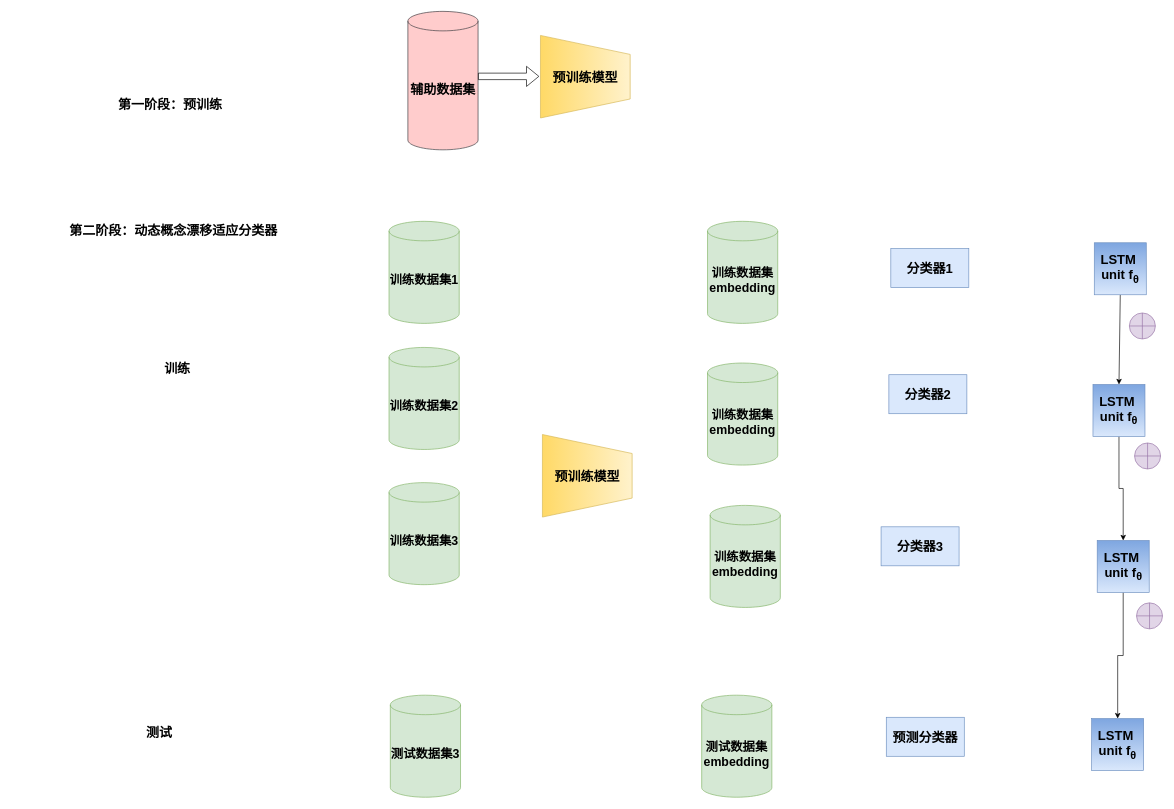
This is 总体框架图.drawio from lilang0710/ll, a draw.io file, before an edit. Source tidied: cells renumbered, new cells numbered last; positions are measured from the earlier drawing's top-left corner, leaving out a move shared by most shapes. Both pictures are drawn from the tidied source at 65%, with x=0, y=0 at pixel (63, 11).
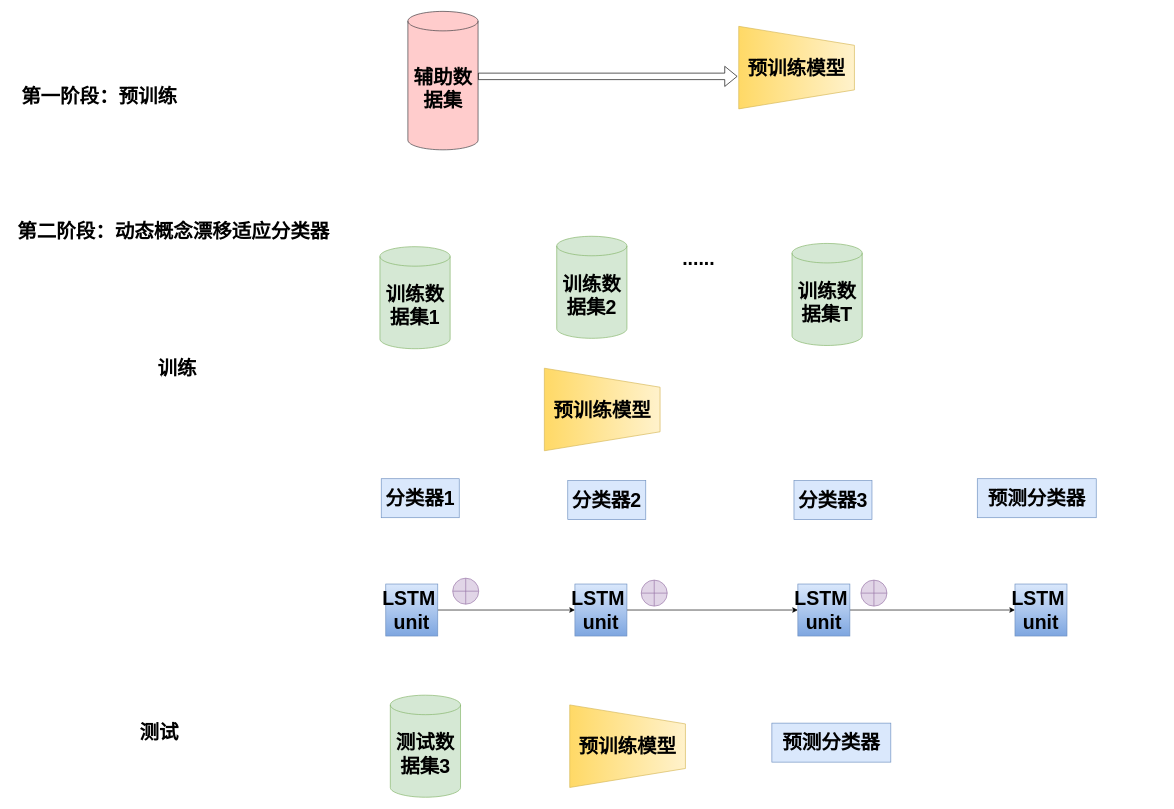
The same diagram, later.

Commit message (it also covers changes not shown here):
更新总体框架图.drawio

Diff of the diagram source:
```diff
@@
-    <mxCell id="2" value="&lt;font style=&quot;font-size: 22px;&quot;&gt;&lt;b style=&quot;font-size: 20px;&quot;&gt;&lt;font style=&quot;font-size: 20px;&quot;&gt;第一阶段：预训练&lt;br&gt;&lt;/font&gt;&lt;/b&gt;&lt;/font&gt;" style="text;html=1;align=center;verticalAlign=middle;strokeColor=none;fillColor=none;" parent="1" vertex="1">
-      <mxGeometry x="75" y="125" width="178" height="38" as="geometry" />
+    <mxCell id="2" value="&lt;font style=&quot;font-size: 22px;&quot;&gt;&lt;span style=&quot;font-size: 20px;&quot;&gt;&lt;font style=&quot;font-size: 30px;&quot;&gt;&lt;b&gt;第一阶段：预训练&lt;br&gt;&lt;/b&gt;&lt;/font&gt;&lt;/span&gt;&lt;/font&gt;" style="text;html=1;align=center;verticalAlign=middle;strokeColor=none;fillColor=none;" parent="1" vertex="1">
+      <mxGeometry x="-74" y="106" width="258" height="48" as="geometry" />
     </mxCell>
-    <mxCell id="3" value="&lt;font style=&quot;font-size: 22px;&quot;&gt;&lt;b style=&quot;font-size: 20px;&quot;&gt;&lt;font style=&quot;font-size: 20px;&quot;&gt;第二阶段：动态概念漂移适应分类器&lt;br&gt;&lt;/font&gt;&lt;/b&gt;&lt;/font&gt;" style="text;html=1;align=center;verticalAlign=middle;strokeColor=none;fillColor=none;" parent="1" vertex="1">
-      <mxGeometry y="319" width="338" height="38" as="geometry" />
+    <mxCell id="3" value="&lt;font style=&quot;font-size: 23px;&quot;&gt;&lt;b style=&quot;font-size: 30px;&quot;&gt;&lt;font style=&quot;font-size: 30px;&quot;&gt;第二阶段：动态概念漂移适应分类器&lt;br&gt;&lt;/font&gt;&lt;/b&gt;&lt;/font&gt;" style="text;html=1;align=center;verticalAlign=middle;strokeColor=none;fillColor=none;" parent="1" vertex="1">
+      <mxGeometry x="-80" y="314" width="498" height="48" as="geometry" />
     </mxCell>
-    <mxCell id="4" value="&lt;font size=&quot;1&quot;&gt;&lt;b style=&quot;font-size: 20px;&quot;&gt;辅助数据集&lt;/b&gt;&lt;/font&gt;" style="shape=cylinder3;whiteSpace=wrap;html=1;boundedLbl=1;backgroundOutline=1;size=15;fillColor=#ffcccc;strokeColor=#36393d;" parent="1" vertex="1">
+    <mxCell id="4" value="&lt;font size=&quot;1&quot;&gt;&lt;b style=&quot;font-size: 30px;&quot;&gt;辅助数据集&lt;/b&gt;&lt;/font&gt;" style="shape=cylinder3;whiteSpace=wrap;html=1;boundedLbl=1;backgroundOutline=1;size=15;fillColor=#ffcccc;strokeColor=#36393d;" parent="1" vertex="1">
       <mxGeometry x="530" width="108" height="213" as="geometry" />
     </mxCell>
-    <mxCell id="5" value="&lt;font style=&quot;font-size: 20px;&quot;&gt;&lt;b&gt;预训练模型&lt;/b&gt;&lt;/font&gt;" style="verticalLabelPosition=middle;verticalAlign=middle;html=1;shape=trapezoid;perimeter=trapezoidPerimeter;whiteSpace=wrap;size=0.23;arcSize=10;flipV=1;labelPosition=center;align=center;direction=south;fillColor=#fff2cc;gradientColor=#ffd966;strokeColor=#d6b656;" parent="1" vertex="1">
-      <mxGeometry x="734" y="37" width="138" height="127" as="geometry" />
+    <mxCell id="5" value="&lt;font size=&quot;1&quot;&gt;&lt;b style=&quot;font-size: 30px;&quot;&gt;预训练模型&lt;/b&gt;&lt;/font&gt;" style="verticalLabelPosition=middle;verticalAlign=middle;html=1;shape=trapezoid;perimeter=trapezoidPerimeter;whiteSpace=wrap;size=0.23;arcSize=10;flipV=1;labelPosition=center;align=center;direction=south;fillColor=#fff2cc;gradientColor=#ffd966;strokeColor=#d6b656;" parent="1" vertex="1">
+      <mxGeometry x="1039" y="23" width="178" height="127" as="geometry" />
     </mxCell>
     <mxCell id="6" style="shape=flexArrow;endArrow=classic;html=1;rounded=0;" parent="1" edge="1">
       <mxGeometry relative="1" as="geometry">
         <mxPoint x="638" y="100" as="sourcePoint" />
-        <mxPoint x="732" y="100" as="targetPoint" />
+        <mxPoint x="1037" y="100" as="targetPoint" />
       </mxGeometry>
     </mxCell>
-    <mxCell id="7" value="&lt;font size=&quot;1&quot;&gt;&lt;b style=&quot;font-size: 19px;&quot;&gt;训练数据集1&lt;/b&gt;&lt;/font&gt;" style="shape=cylinder3;whiteSpace=wrap;html=1;boundedLbl=1;backgroundOutline=1;size=15;fillColor=#d5e8d4;strokeColor=#82b366;" parent="1" vertex="1">
-      <mxGeometry x="501" y="323" width="108" height="157" as="geometry" />
+    <mxCell id="7" value="&lt;font size=&quot;1&quot;&gt;&lt;b style=&quot;font-size: 30px;&quot;&gt;训练数据集1&lt;/b&gt;&lt;/font&gt;" style="shape=cylinder3;whiteSpace=wrap;html=1;boundedLbl=1;backgroundOutline=1;size=15;fillColor=#d5e8d4;strokeColor=#82b366;" parent="1" vertex="1">
+      <mxGeometry x="487" y="362" width="108" height="157" as="geometry" />
     </mxCell>
-    <mxCell id="8" value="&lt;font size=&quot;1&quot;&gt;&lt;b style=&quot;font-size: 20px;&quot;&gt;训练&lt;/b&gt;&lt;/font&gt;" style="text;html=1;align=center;verticalAlign=middle;strokeColor=none;fillColor=none;" parent="1" vertex="1">
-      <mxGeometry x="146" y="531" width="58" height="36" as="geometry" />
+    <mxCell id="8" value="&lt;font size=&quot;1&quot;&gt;&lt;b style=&quot;font-size: 30px;&quot;&gt;训练&lt;/b&gt;&lt;/font&gt;" style="text;html=1;align=center;verticalAlign=middle;strokeColor=none;fillColor=none;" parent="1" vertex="1">
+      <mxGeometry x="136" y="525" width="78" height="48" as="geometry" />
     </mxCell>
-    <mxCell id="9" value="&lt;font size=&quot;1&quot;&gt;&lt;b style=&quot;font-size: 20px;&quot;&gt;测试&lt;/b&gt;&lt;/font&gt;" style="text;html=1;align=center;verticalAlign=middle;strokeColor=none;fillColor=none;" parent="1" vertex="1">
-      <mxGeometry x="118" y="1091" width="58" height="36" as="geometry" />
+    <mxCell id="9" value="&lt;font size=&quot;1&quot;&gt;&lt;b style=&quot;font-size: 30px;&quot;&gt;测试&lt;/b&gt;&lt;/font&gt;" style="text;html=1;align=center;verticalAlign=middle;strokeColor=none;fillColor=none;" parent="1" vertex="1">
+      <mxGeometry x="108" y="1085" width="78" height="48" as="geometry" />
     </mxCell>
-    <mxCell id="10" value="&lt;font size=&quot;1&quot;&gt;&lt;b style=&quot;font-size: 19px;&quot;&gt;训练数据集2&lt;/b&gt;&lt;/font&gt;" style="shape=cylinder3;whiteSpace=wrap;html=1;boundedLbl=1;backgroundOutline=1;size=15;fillColor=#d5e8d4;strokeColor=#82b366;" parent="1" vertex="1">
-      <mxGeometry x="501" y="517" width="108" height="157" as="geometry" />
+    <mxCell id="10" value="&lt;font size=&quot;1&quot;&gt;&lt;b style=&quot;font-size: 30px;&quot;&gt;训练数据集2&lt;/b&gt;&lt;/font&gt;" style="shape=cylinder3;whiteSpace=wrap;html=1;boundedLbl=1;backgroundOutline=1;size=15;fillColor=#d5e8d4;strokeColor=#82b366;" parent="1" vertex="1">
+      <mxGeometry x="759" y="346" width="108" height="157" as="geometry" />
     </mxCell>
-    <mxCell id="11" value="&lt;font size=&quot;1&quot;&gt;&lt;b style=&quot;font-size: 19px;&quot;&gt;训练数据集3&lt;/b&gt;&lt;/font&gt;" style="shape=cylinder3;whiteSpace=wrap;html=1;boundedLbl=1;backgroundOutline=1;size=15;fillColor=#d5e8d4;strokeColor=#82b366;" parent="1" vertex="1">
-      <mxGeometry x="501" y="725" width="108" height="157" as="geometry" />
+    <mxCell id="11" value="&lt;font size=&quot;1&quot;&gt;&lt;b style=&quot;font-size: 30px;&quot;&gt;训练数据集T&lt;/b&gt;&lt;/font&gt;" style="shape=cylinder3;whiteSpace=wrap;html=1;boundedLbl=1;backgroundOutline=1;size=15;fillColor=#d5e8d4;strokeColor=#82b366;" parent="1" vertex="1">
+      <mxGeometry x="1121" y="357" width="108" height="157" as="geometry" />
     </mxCell>
-    <mxCell id="12" value="&lt;font style=&quot;font-size: 20px;&quot;&gt;&lt;b&gt;预训练模型&lt;/b&gt;&lt;/font&gt;" style="verticalLabelPosition=middle;verticalAlign=middle;html=1;shape=trapezoid;perimeter=trapezoidPerimeter;whiteSpace=wrap;size=0.23;arcSize=10;flipV=1;labelPosition=center;align=center;direction=south;fillColor=#fff2cc;gradientColor=#ffd966;strokeColor=#d6b656;" parent="1" vertex="1">
-      <mxGeometry x="737" y="651" width="138" height="127" as="geometry" />
-    </mxCell>
-    <mxCell id="13" value="&lt;font size=&quot;1&quot;&gt;&lt;b style=&quot;font-size: 19px;&quot;&gt;训练数据集embedding&lt;/b&gt;&lt;/font&gt;" style="shape=cylinder3;whiteSpace=wrap;html=1;boundedLbl=1;backgroundOutline=1;size=15;fillColor=#d5e8d4;strokeColor=#82b366;" parent="1" vertex="1">
-      <mxGeometry x="991" y="323" width="108" height="157" as="geometry" />
-    </mxCell>
-    <mxCell id="14" value="&lt;font size=&quot;1&quot;&gt;&lt;b style=&quot;font-size: 19px;&quot;&gt;训练数据集embedding&lt;/b&gt;&lt;/font&gt;" style="shape=cylinder3;whiteSpace=wrap;html=1;boundedLbl=1;backgroundOutline=1;size=15;fillColor=#d5e8d4;strokeColor=#82b366;" parent="1" vertex="1">
-      <mxGeometry x="991" y="541" width="108" height="157" as="geometry" />
-    </mxCell>
-    <mxCell id="15" value="&lt;font size=&quot;1&quot;&gt;&lt;b style=&quot;font-size: 19px;&quot;&gt;训练数据集embedding&lt;/b&gt;&lt;/font&gt;" style="shape=cylinder3;whiteSpace=wrap;html=1;boundedLbl=1;backgroundOutline=1;size=15;fillColor=#d5e8d4;strokeColor=#82b366;" parent="1" vertex="1">
-      <mxGeometry x="995" y="760" width="108" height="157" as="geometry" />
-    </mxCell>
-    <mxCell id="16" value="&lt;font style=&quot;font-size: 20px;&quot;&gt;&lt;b&gt;分类器1&lt;/b&gt;&lt;/font&gt;" style="rounded=0;whiteSpace=wrap;html=1;fillColor=#dae8fc;strokeColor=#6c8ebf;" parent="1" vertex="1">
-      <mxGeometry x="1273" y="365" width="120" height="60" as="geometry" />
+    <mxCell id="16" value="&lt;font size=&quot;1&quot;&gt;&lt;b style=&quot;font-size: 30px;&quot;&gt;分类器1&lt;/b&gt;&lt;/font&gt;" style="rounded=0;whiteSpace=wrap;html=1;fillColor=#dae8fc;strokeColor=#6c8ebf;" parent="1" vertex="1">
+      <mxGeometry x="489" y="719" width="120" height="60" as="geometry" />
     </mxCell>
-    <mxCell id="17" value="&lt;font style=&quot;font-size: 20px;&quot;&gt;&lt;b&gt;分类器2&lt;/b&gt;&lt;/font&gt;" style="rounded=0;whiteSpace=wrap;html=1;fillColor=#dae8fc;strokeColor=#6c8ebf;" parent="1" vertex="1">
-      <mxGeometry x="1270" y="559" width="120" height="60" as="geometry" />
+    <mxCell id="17" value="&lt;font size=&quot;1&quot;&gt;&lt;b style=&quot;font-size: 30px;&quot;&gt;分类器2&lt;/b&gt;&lt;/font&gt;" style="rounded=0;whiteSpace=wrap;html=1;fillColor=#dae8fc;strokeColor=#6c8ebf;" parent="1" vertex="1">
+      <mxGeometry x="776" y="722" width="120" height="60" as="geometry" />
     </mxCell>
-    <mxCell id="18" value="&lt;font style=&quot;font-size: 20px;&quot;&gt;&lt;b&gt;分类器3&lt;/b&gt;&lt;/font&gt;" style="rounded=0;whiteSpace=wrap;html=1;fillColor=#dae8fc;strokeColor=#6c8ebf;" parent="1" vertex="1">
-      <mxGeometry x="1258" y="793" width="120" height="60" as="geometry" />
+    <mxCell id="18" value="&lt;font size=&quot;1&quot;&gt;&lt;b style=&quot;font-size: 30px;&quot;&gt;分类器3&lt;/b&gt;&lt;/font&gt;" style="rounded=0;whiteSpace=wrap;html=1;fillColor=#dae8fc;strokeColor=#6c8ebf;" parent="1" vertex="1">
+      <mxGeometry x="1124" y="722" width="120" height="60" as="geometry" />
     </mxCell>
-    <mxCell id="19" style="edgeStyle=orthogonalEdgeStyle;rounded=0;jettySize=auto;html=1;exitX=0.5;exitY=1;exitDx=0;exitDy=0;entryX=0.5;entryY=0;entryDx=0;entryDy=0;" parent="1" edge="1" source="20" target="24">
-      <mxGeometry relative="1" as="geometry" />
-    </mxCell>
-    <mxCell id="20" value="&lt;div style=&quot;font-size: 20px;&quot;&gt;&lt;font style=&quot;font-size: 20px;&quot;&gt;&lt;b&gt;&lt;font style=&quot;font-size: 20px;&quot;&gt;LSTM&amp;nbsp;&lt;/font&gt;&lt;/b&gt;&lt;/font&gt;&lt;/div&gt;&lt;div style=&quot;font-size: 20px;&quot;&gt;&lt;font style=&quot;font-size: 20px;&quot;&gt;&lt;b&gt;&lt;font style=&quot;font-size: 20px;&quot;&gt;unit f&lt;/font&gt;&lt;/b&gt;&lt;font style=&quot;font-size: 20px;&quot;&gt;&lt;b&gt;&lt;span class=&quot;content-right_2s-H4&quot;&gt;&lt;sub&gt;θ&lt;/sub&gt;&lt;/span&gt;&lt;/b&gt;&lt;/font&gt;&lt;/font&gt;&lt;/div&gt;" style="whiteSpace=wrap;html=1;fillColor=#dae8fc;strokeColor=#6c8ebf;gradientColor=#7ea6e0;flipV=1;direction=east;" parent="1" vertex="1">
-      <mxGeometry x="1584" y="574" width="80" height="80" as="geometry" />
-    </mxCell>
-    <mxCell id="21" style="rounded=0;jettySize=auto;html=1;endArrow=none;endFill=0;exitX=0.5;exitY=0;exitDx=0;exitDy=0;entryX=0.5;entryY=1;entryDx=0;entryDy=0;startArrow=classic;startFill=1;" parent="1" edge="1" source="20" target="22">
-      <mxGeometry relative="1" as="geometry" />
-    </mxCell>
-    <mxCell id="22" value="&lt;div style=&quot;font-size: 20px;&quot;&gt;&lt;font style=&quot;font-size: 20px;&quot;&gt;&lt;b&gt;&lt;font style=&quot;font-size: 20px;&quot;&gt;LSTM&amp;nbsp;&lt;/font&gt;&lt;/b&gt;&lt;/font&gt;&lt;/div&gt;&lt;div style=&quot;font-size: 20px;&quot;&gt;&lt;font style=&quot;font-size: 20px;&quot;&gt;&lt;b&gt;&lt;font style=&quot;font-size: 20px;&quot;&gt;unit f&lt;/font&gt;&lt;/b&gt;&lt;font style=&quot;font-size: 20px;&quot;&gt;&lt;b&gt;&lt;span class=&quot;content-right_2s-H4&quot;&gt;&lt;sub&gt;θ&lt;/sub&gt;&lt;/span&gt;&lt;/b&gt;&lt;/font&gt;&lt;/font&gt;&lt;/div&gt;" style="whiteSpace=wrap;html=1;fillColor=#dae8fc;strokeColor=#6c8ebf;gradientColor=#7ea6e0;flipV=1;direction=east;" parent="1" vertex="1">
-      <mxGeometry x="1586" y="356" width="80" height="80" as="geometry" />
-    </mxCell>
-    <mxCell id="23" style="edgeStyle=orthogonalEdgeStyle;rounded=0;jettySize=auto;html=1;exitX=0.5;exitY=1;exitDx=0;exitDy=0;entryX=0.5;entryY=0;entryDx=0;entryDy=0;" parent="1" edge="1" source="24" target="25">
-      <mxGeometry relative="1" as="geometry" />
-    </mxCell>
-    <mxCell id="24" value="&lt;div style=&quot;font-size: 20px;&quot;&gt;&lt;font style=&quot;font-size: 20px;&quot;&gt;&lt;b&gt;&lt;font style=&quot;font-size: 20px;&quot;&gt;LSTM&amp;nbsp;&lt;/font&gt;&lt;/b&gt;&lt;/font&gt;&lt;/div&gt;&lt;div style=&quot;font-size: 20px;&quot;&gt;&lt;font style=&quot;font-size: 20px;&quot;&gt;&lt;b&gt;&lt;font style=&quot;font-size: 20px;&quot;&gt;unit f&lt;/font&gt;&lt;/b&gt;&lt;font style=&quot;font-size: 20px;&quot;&gt;&lt;b&gt;&lt;span class=&quot;content-right_2s-H4&quot;&gt;&lt;sub&gt;θ&lt;/sub&gt;&lt;/span&gt;&lt;/b&gt;&lt;/font&gt;&lt;/font&gt;&lt;/div&gt;" style="whiteSpace=wrap;html=1;fillColor=#dae8fc;strokeColor=#6c8ebf;gradientColor=#7ea6e0;flipV=1;direction=east;" parent="1" vertex="1">
-      <mxGeometry x="1590.5" y="814" width="80" height="80" as="geometry" />
-    </mxCell>
-    <mxCell id="25" value="&lt;div style=&quot;font-size: 20px;&quot;&gt;&lt;font style=&quot;font-size: 20px;&quot;&gt;&lt;b&gt;&lt;font style=&quot;font-size: 20px;&quot;&gt;LSTM&amp;nbsp;&lt;/font&gt;&lt;/b&gt;&lt;/font&gt;&lt;/div&gt;&lt;div style=&quot;font-size: 20px;&quot;&gt;&lt;font style=&quot;font-size: 20px;&quot;&gt;&lt;b&gt;&lt;font style=&quot;font-size: 20px;&quot;&gt;unit f&lt;/font&gt;&lt;/b&gt;&lt;font style=&quot;font-size: 20px;&quot;&gt;&lt;b&gt;&lt;span class=&quot;content-right_2s-H4&quot;&gt;&lt;sub&gt;θ&lt;/sub&gt;&lt;/span&gt;&lt;/b&gt;&lt;/font&gt;&lt;/font&gt;&lt;/div&gt;" style="whiteSpace=wrap;html=1;fillColor=#dae8fc;strokeColor=#6c8ebf;gradientColor=#7ea6e0;flipV=1;direction=east;" parent="1" vertex="1">
-      <mxGeometry x="1582" y="1088" width="80" height="80" as="geometry" />
-    </mxCell>
-    <mxCell id="26" style="shape=orEllipse;perimeter=ellipsePerimeter;whiteSpace=wrap;html=1;backgroundOutline=1;fillColor=#e1d5e7;strokeColor=#9673a6;flipV=1;direction=east;" parent="1" vertex="1">
-      <mxGeometry x="1640" y="464" width="40" height="40" as="geometry" />
-    </mxCell>
-    <mxCell id="27" style="shape=orEllipse;perimeter=ellipsePerimeter;whiteSpace=wrap;html=1;backgroundOutline=1;fillColor=#e1d5e7;strokeColor=#9673a6;flipV=1;direction=east;" parent="1" vertex="1">
-      <mxGeometry x="1648" y="664" width="40" height="40" as="geometry" />
-    </mxCell>
-    <mxCell id="28" style="shape=orEllipse;perimeter=ellipsePerimeter;whiteSpace=wrap;html=1;backgroundOutline=1;fillColor=#e1d5e7;strokeColor=#9673a6;flipV=1;direction=east;" parent="1" vertex="1">
-      <mxGeometry x="1651" y="910" width="40" height="40" as="geometry" />
-    </mxCell>
-    <mxCell id="29" value="&lt;font size=&quot;1&quot;&gt;&lt;b style=&quot;font-size: 19px;&quot;&gt;测试数据集3&lt;/b&gt;&lt;/font&gt;" style="shape=cylinder3;whiteSpace=wrap;html=1;boundedLbl=1;backgroundOutline=1;size=15;fillColor=#d5e8d4;strokeColor=#82b366;" parent="1" vertex="1">
+    <mxCell id="29" value="&lt;font style=&quot;font-size: 30px;&quot;&gt;&lt;b&gt;测试数据集3&lt;/b&gt;&lt;/font&gt;" style="shape=cylinder3;whiteSpace=wrap;html=1;boundedLbl=1;backgroundOutline=1;size=15;fillColor=#d5e8d4;strokeColor=#82b366;" parent="1" vertex="1">
       <mxGeometry x="503" y="1052" width="108" height="157" as="geometry" />
     </mxCell>
-    <mxCell id="30" value="&lt;font size=&quot;1&quot;&gt;&lt;b style=&quot;font-size: 19px;&quot;&gt;测试数据集embedding&lt;/b&gt;&lt;/font&gt;" style="shape=cylinder3;whiteSpace=wrap;html=1;boundedLbl=1;backgroundOutline=1;size=15;fillColor=#d5e8d4;strokeColor=#82b366;" parent="1" vertex="1">
-      <mxGeometry x="982" y="1052" width="108" height="157" as="geometry" />
-    </mxCell>
-    <mxCell id="31" value="&lt;font style=&quot;font-size: 20px;&quot;&gt;&lt;b&gt;预测分类器&lt;/b&gt;&lt;/font&gt;" style="rounded=0;whiteSpace=wrap;html=1;fillColor=#dae8fc;strokeColor=#6c8ebf;" parent="1" vertex="1">
-      <mxGeometry x="1266" y="1086" width="120" height="60" as="geometry" />
-    </mxCell>
+    <mxCell id="32" value="&lt;font size=&quot;1&quot;&gt;&lt;b style=&quot;font-size: 30px;&quot;&gt;预训练模型&lt;/b&gt;&lt;/font&gt;" style="verticalLabelPosition=middle;verticalAlign=middle;html=1;shape=trapezoid;perimeter=trapezoidPerimeter;whiteSpace=wrap;size=0.23;arcSize=10;flipV=1;labelPosition=center;align=center;direction=south;fillColor=#fff2cc;gradientColor=#ffd966;strokeColor=#d6b656;" parent="1" vertex="1">
+      <mxGeometry x="740" y="549" width="178" height="127" as="geometry" />
+    </mxCell>
+    <mxCell id="33" value="&lt;font style=&quot;font-size: 30px;&quot;&gt;&lt;b&gt;...&lt;font style=&quot;font-size: 30px;&quot;&gt;...&lt;/font&gt;&lt;/b&gt;&lt;/font&gt;" style="text;html=1;align=center;verticalAlign=middle;strokeColor=none;fillColor=none;fontSize=18;" parent="1" vertex="1">
+      <mxGeometry x="943" y="355" width="68" height="48" as="geometry" />
+    </mxCell>
+    <mxCell id="34" style="edgeStyle=orthogonalEdgeStyle;rounded=0;orthogonalLoop=1;jettySize=auto;html=1;exitX=0.5;exitY=1;exitDx=0;exitDy=0;" parent="1" edge="1" source="17" target="17">
+      <mxGeometry relative="1" as="geometry" />
+    </mxCell>
+    <mxCell id="35" style="edgeStyle=orthogonalEdgeStyle;rounded=0;jettySize=auto;html=1;exitX=1;exitY=0.5;exitDx=0;exitDy=0;entryX=0;entryY=0.5;entryDx=0;entryDy=0;fontSize=18;fontStyle=1;" parent="1" edge="1" source="36" target="40">
+      <mxGeometry relative="1" as="geometry" />
+    </mxCell>
+    <mxCell id="36" value="&lt;div style=&quot;font-size: 30px;&quot;&gt;&lt;font style=&quot;font-size: 30px;&quot;&gt;&lt;b&gt;&lt;font style=&quot;font-size: 30px;&quot;&gt;LSTM&amp;nbsp;&lt;/font&gt;&lt;/b&gt;&lt;/font&gt;&lt;/div&gt;&lt;div style=&quot;font-size: 30px;&quot;&gt;&lt;font style=&quot;font-size: 30px;&quot;&gt;&lt;b&gt;&lt;font style=&quot;font-size: 30px;&quot;&gt;unit &lt;br&gt;&lt;/font&gt;&lt;/b&gt;&lt;/font&gt;&lt;/div&gt;" style="whiteSpace=wrap;html=1;fillColor=#dae8fc;strokeColor=#6c8ebf;gradientColor=#7ea6e0;" parent="1" vertex="1">
+      <mxGeometry x="787" y="881" width="80" height="80" as="geometry" />
+    </mxCell>
+    <mxCell id="37" style="rounded=0;jettySize=auto;html=1;endArrow=none;endFill=0;exitX=0;exitY=0.5;exitDx=0;exitDy=0;entryX=1;entryY=0.5;entryDx=0;entryDy=0;startArrow=classic;startFill=1;" parent="1" edge="1" source="36" target="38">
+      <mxGeometry relative="1" as="geometry" />
+    </mxCell>
+    <mxCell id="38" value="&lt;div style=&quot;font-size: 30px;&quot;&gt;&lt;font style=&quot;font-size: 30px;&quot;&gt;&lt;b&gt;&lt;font style=&quot;font-size: 30px;&quot;&gt;LSTM&amp;nbsp;&lt;/font&gt;&lt;/b&gt;&lt;/font&gt;&lt;/div&gt;&lt;div style=&quot;font-size: 30px;&quot;&gt;&lt;font style=&quot;font-size: 30px;&quot;&gt;&lt;b&gt;&lt;font style=&quot;font-size: 30px;&quot;&gt;unit &lt;br&gt;&lt;/font&gt;&lt;/b&gt;&lt;/font&gt;&lt;/div&gt;" style="whiteSpace=wrap;html=1;fillColor=#dae8fc;strokeColor=#6c8ebf;gradientColor=#7ea6e0;" parent="1" vertex="1">
+      <mxGeometry x="496" y="881" width="80" height="80" as="geometry" />
+    </mxCell>
+    <mxCell id="39" style="edgeStyle=orthogonalEdgeStyle;rounded=0;jettySize=auto;html=1;exitX=1;exitY=0.5;exitDx=0;exitDy=0;" parent="1" edge="1" source="40" target="41">
+      <mxGeometry relative="1" as="geometry" />
+    </mxCell>
+    <mxCell id="40" value="&lt;div style=&quot;font-size: 30px;&quot;&gt;&lt;font style=&quot;font-size: 30px;&quot;&gt;&lt;b&gt;&lt;font style=&quot;font-size: 30px;&quot;&gt;LSTM&amp;nbsp;&lt;/font&gt;&lt;/b&gt;&lt;/font&gt;&lt;/div&gt;&lt;div style=&quot;font-size: 30px;&quot;&gt;&lt;font style=&quot;font-size: 30px;&quot;&gt;&lt;b&gt;&lt;font style=&quot;font-size: 30px;&quot;&gt;unit &lt;br&gt;&lt;/font&gt;&lt;/b&gt;&lt;/font&gt;&lt;/div&gt;" style="whiteSpace=wrap;html=1;fillColor=#dae8fc;strokeColor=#6c8ebf;gradientColor=#7ea6e0;" parent="1" vertex="1">
+      <mxGeometry x="1130" y="881" width="80" height="80" as="geometry" />
+    </mxCell>
+    <mxCell id="41" value="&lt;div style=&quot;font-size: 30px;&quot;&gt;&lt;font style=&quot;font-size: 30px;&quot;&gt;&lt;b&gt;&lt;font style=&quot;font-size: 30px;&quot;&gt;LSTM&amp;nbsp;&lt;/font&gt;&lt;/b&gt;&lt;/font&gt;&lt;/div&gt;&lt;div style=&quot;font-size: 30px;&quot;&gt;&lt;font style=&quot;font-size: 30px;&quot;&gt;&lt;b&gt;&lt;font style=&quot;font-size: 30px;&quot;&gt;unit &lt;br&gt;&lt;/font&gt;&lt;/b&gt;&lt;/font&gt;&lt;/div&gt;" style="whiteSpace=wrap;html=1;fillColor=#dae8fc;strokeColor=#6c8ebf;gradientColor=#7ea6e0;" parent="1" vertex="1">
+      <mxGeometry x="1464" y="881" width="80" height="80" as="geometry" />
+    </mxCell>
+    <mxCell id="42" style="shape=orEllipse;perimeter=ellipsePerimeter;whiteSpace=wrap;html=1;backgroundOutline=1;fillColor=#e1d5e7;strokeColor=#9673a6;" parent="1" vertex="1">
+      <mxGeometry x="599" y="872" width="40" height="40" as="geometry" />
+    </mxCell>
+    <mxCell id="43" style="shape=orEllipse;perimeter=ellipsePerimeter;whiteSpace=wrap;html=1;backgroundOutline=1;fillColor=#e1d5e7;strokeColor=#9673a6;" parent="1" vertex="1">
+      <mxGeometry x="889" y="875" width="40" height="40" as="geometry" />
+    </mxCell>
+    <mxCell id="44" style="shape=orEllipse;perimeter=ellipsePerimeter;whiteSpace=wrap;html=1;backgroundOutline=1;fillColor=#e1d5e7;strokeColor=#9673a6;" parent="1" vertex="1">
+      <mxGeometry x="1227" y="875" width="40" height="40" as="geometry" />
+    </mxCell>
+    <mxCell id="45" value="&lt;b&gt;&lt;font style=&quot;font-size: 30px;&quot;&gt;预测分类器&lt;/font&gt;&lt;/b&gt;" style="rounded=0;whiteSpace=wrap;html=1;fillColor=#dae8fc;strokeColor=#6c8ebf;" parent="1" vertex="1">
+      <mxGeometry x="1406" y="719" width="183" height="60" as="geometry" />
+    </mxCell>
+    <mxCell id="46" value="&lt;font size=&quot;1&quot;&gt;&lt;b style=&quot;font-size: 30px;&quot;&gt;预训练模型&lt;/b&gt;&lt;/font&gt;" style="verticalLabelPosition=middle;verticalAlign=middle;html=1;shape=trapezoid;perimeter=trapezoidPerimeter;whiteSpace=wrap;size=0.23;arcSize=10;flipV=1;labelPosition=center;align=center;direction=south;fillColor=#fff2cc;gradientColor=#ffd966;strokeColor=#d6b656;" parent="1" vertex="1">
+      <mxGeometry x="779" y="1067" width="178" height="127" as="geometry" />
+    </mxCell>
+    <mxCell id="47" value="&lt;b&gt;&lt;font style=&quot;font-size: 30px;&quot;&gt;预测分类器&lt;/font&gt;&lt;/b&gt;" style="rounded=0;whiteSpace=wrap;html=1;fillColor=#dae8fc;strokeColor=#6c8ebf;" parent="1" vertex="1">
+      <mxGeometry x="1090" y="1095" width="183" height="60" as="geometry" />
+    </mxCell>
```
